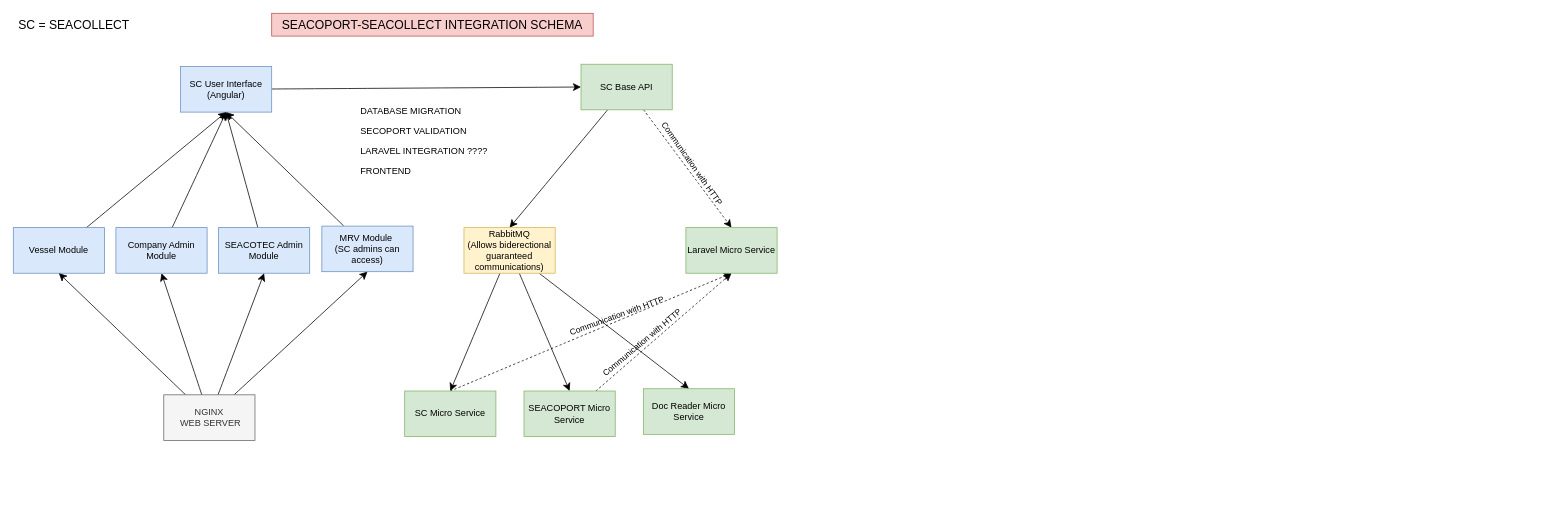
Above: page "SC-MRV" (9 of 9) of mrvtool.drawio in dagistan-tuncbilek/tasarimlar (draw.io), before the change. Source tidied: cells renumbered, new cells numbered last; positions are measured from the earlier drawing's top-left corner, leaving out a move shared by most shapes. Both pictures are drawn from the tidied source at 76%, with x=0, y=0 at pixel (13, 13).
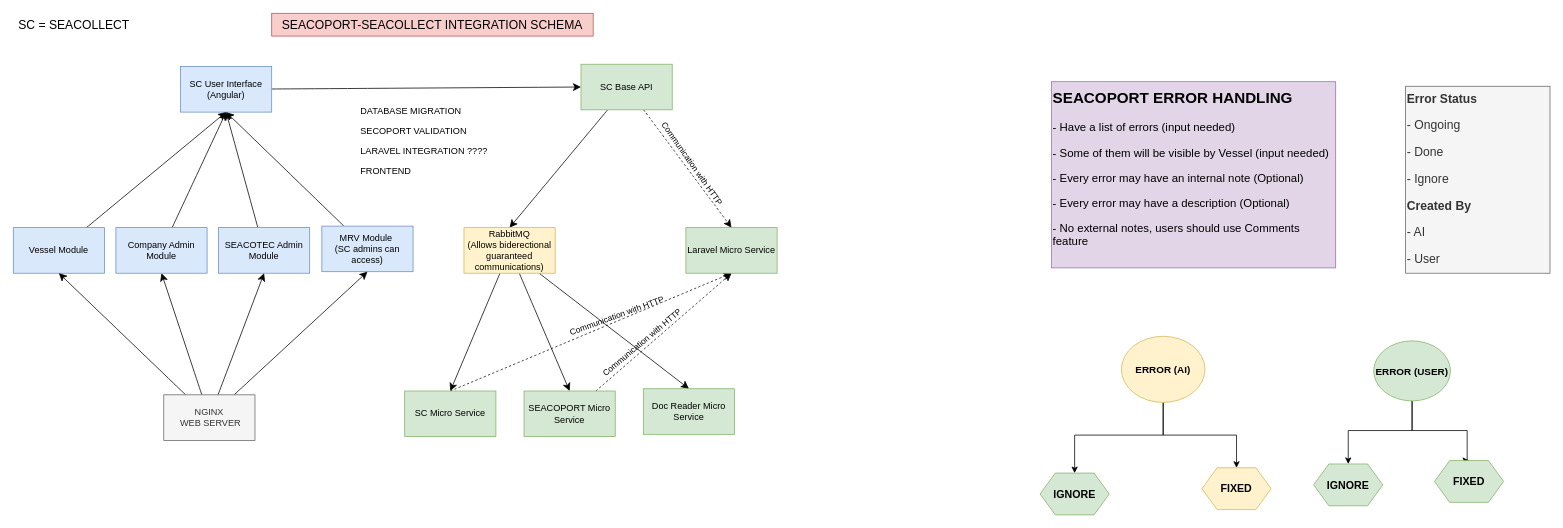
The same diagram, later.

Change to the diagram source:
```diff
@@
+    <mxCell id="36" style="edgeStyle=orthogonalEdgeStyle;rounded=0;jettySize=auto;html=1;entryX=0.5;entryY=0;entryDx=0;entryDy=0;" parent="1" edge="1" source="38" target="44">
+      <mxGeometry relative="1" as="geometry">
+        <Array as="points">
+          <mxPoint x="1513" y="555" />
+          <mxPoint x="1397" y="555" />
+        </Array>
+      </mxGeometry>
+    </mxCell>
+    <mxCell id="37" style="edgeStyle=orthogonalEdgeStyle;rounded=0;jettySize=auto;html=1;entryX=0.5;entryY=0;entryDx=0;entryDy=0;" parent="1" edge="1" source="38" target="45">
+      <mxGeometry relative="1" as="geometry" />
+    </mxCell>
+    <mxCell id="38" value="ERROR (AI)" style="ellipse;whiteSpace=wrap;html=1;fillColor=#fff2cc;strokeColor=#d6b656;fontStyle=1;fontSize=13;" parent="1" vertex="1">
+      <mxGeometry x="1458" y="425" width="110" height="87" as="geometry" />
+    </mxCell>
+    <mxCell id="39" style="edgeStyle=orthogonalEdgeStyle;rounded=0;jettySize=auto;html=1;entryX=0.5;entryY=0;entryDx=0;entryDy=0;exitX=0.5;exitY=1;exitDx=0;exitDy=0;" parent="1" edge="1" source="41" target="42">
+      <mxGeometry relative="1" as="geometry">
+        <Array as="points">
+          <mxPoint x="1841" y="549" />
+          <mxPoint x="1757" y="549" />
+        </Array>
+      </mxGeometry>
+    </mxCell>
+    <mxCell id="40" style="edgeStyle=orthogonalEdgeStyle;rounded=0;jettySize=auto;html=1;entryX=0.5;entryY=0;entryDx=0;entryDy=0;" parent="1" edge="1" source="41" target="43">
+      <mxGeometry relative="1" as="geometry">
+        <Array as="points">
+          <mxPoint x="1841" y="549" />
+          <mxPoint x="1913" y="549" />
+        </Array>
+      </mxGeometry>
+    </mxCell>
+    <mxCell id="41" value="ERROR (USER)" style="ellipse;whiteSpace=wrap;html=1;fillColor=#d5e8d4;strokeColor=#82b366;fontStyle=1;fontSize=13;" parent="1" vertex="1">
+      <mxGeometry x="1790" y="431" width="101" height="79" as="geometry" />
+    </mxCell>
+    <mxCell id="42" value="IGNORE" style="shape=hexagon;perimeter=hexagonPerimeter2;whiteSpace=wrap;html=1;fixedSize=1;fontSize=14;fontStyle=1;fillColor=#d5e8d4;strokeColor=#82b366;" parent="1" vertex="1">
+      <mxGeometry x="1711" y="593" width="91" height="55" as="geometry" />
+    </mxCell>
+    <mxCell id="43" value="FIXED" style="shape=hexagon;perimeter=hexagonPerimeter2;whiteSpace=wrap;html=1;fixedSize=1;fontSize=14;fontStyle=1;fillColor=#d5e8d4;strokeColor=#82b366;" parent="1" vertex="1">
+      <mxGeometry x="1870" y="588.5" width="91" height="55" as="geometry" />
+    </mxCell>
+    <mxCell id="44" value="IGNORE" style="shape=hexagon;perimeter=hexagonPerimeter2;whiteSpace=wrap;html=1;fixedSize=1;fontSize=14;fontStyle=1;fillColor=#d5e8d4;strokeColor=#82b366;" parent="1" vertex="1">
+      <mxGeometry x="1351" y="605" width="91" height="55" as="geometry" />
+    </mxCell>
+    <mxCell id="45" value="FIXED" style="shape=hexagon;perimeter=hexagonPerimeter2;whiteSpace=wrap;html=1;fixedSize=1;fontSize=14;fontStyle=1;fillColor=#fff2cc;strokeColor=#d6b656;" parent="1" vertex="1">
+      <mxGeometry x="1564" y="598" width="91" height="55" as="geometry" />
+    </mxCell>
+    <mxCell id="46" value="&lt;h1 style=&quot;margin-top: 0px;&quot;&gt;&lt;font style=&quot;font-size: 20px;&quot;&gt;SEACOPORT ERROR HANDLING&lt;/font&gt;&lt;br&gt;&lt;/h1&gt;&lt;p style=&quot;font-size: 15px;&quot;&gt;&lt;font style=&quot;font-size: 15px;&quot;&gt;- Have a list of errors (input needed)&lt;/font&gt;&lt;/p&gt;&lt;p style=&quot;font-size: 15px;&quot;&gt;&lt;font style=&quot;font-size: 15px;&quot;&gt;- Some of them will be visible by Vessel (input needed)&lt;br&gt;&lt;/font&gt;&lt;/p&gt;&lt;p style=&quot;font-size: 15px;&quot;&gt;&lt;font style=&quot;font-size: 15px;&quot;&gt;- Every error may have an internal note (Optional)&lt;br&gt;&lt;/font&gt;&lt;/p&gt;&lt;p style=&quot;font-size: 15px;&quot;&gt;&lt;font style=&quot;font-size: 15px;&quot;&gt;- Every error may have a description &lt;/font&gt;&lt;font style=&quot;font-size: 15px;&quot;&gt;(Optional)&lt;/font&gt;&lt;/p&gt;&lt;p style=&quot;font-size: 15px;&quot;&gt;&lt;font style=&quot;font-size: 15px;&quot;&gt;- No external notes, users should use Comments feature&lt;/font&gt;&lt;/p&gt;" style="text;html=1;whiteSpace=wrap;overflow=hidden;rounded=0;fillColor=#e1d5e7;strokeColor=#9673a6;" parent="1" vertex="1">
+      <mxGeometry x="1366" y="90" width="374" height="245" as="geometry" />
+    </mxCell>
+    <mxCell id="47" value="&lt;h1 style=&quot;margin-top: 0px; font-size: 16px;&quot;&gt;&lt;font style=&quot;font-size: 16px;&quot;&gt;Error Status&lt;/font&gt;&lt;br style=&quot;font-size: 16px;&quot;&gt;&lt;/h1&gt;&lt;p style=&quot;font-size: 16px;&quot;&gt;- Ongoing&lt;/p&gt;&lt;p style=&quot;font-size: 16px;&quot;&gt;- Done&lt;br style=&quot;font-size: 16px;&quot;&gt;&lt;/p&gt;&lt;p style=&quot;font-size: 16px;&quot;&gt;- Ignore&lt;/p&gt;&lt;h1 style=&quot;margin-top: 0px; font-size: 16px;&quot;&gt;&lt;font style=&quot;font-size: 16px;&quot;&gt;Created By&lt;/font&gt;&lt;br style=&quot;font-size: 16px;&quot;&gt;&lt;/h1&gt;&lt;p style=&quot;font-size: 16px;&quot;&gt;- AI&lt;/p&gt;&lt;p style=&quot;font-size: 16px;&quot;&gt;- User&lt;br style=&quot;font-size: 16px;&quot;&gt;&lt;/p&gt;&lt;p style=&quot;font-size: 16px;&quot;&gt;&lt;/p&gt;" style="text;html=1;whiteSpace=wrap;overflow=hidden;rounded=0;fontSize=16;fillColor=#f5f5f5;fontColor=#333333;strokeColor=#666666;" parent="1" vertex="1">
+      <mxGeometry x="1832" y="96" width="190" height="246" as="geometry" />
+    </mxCell>
```
